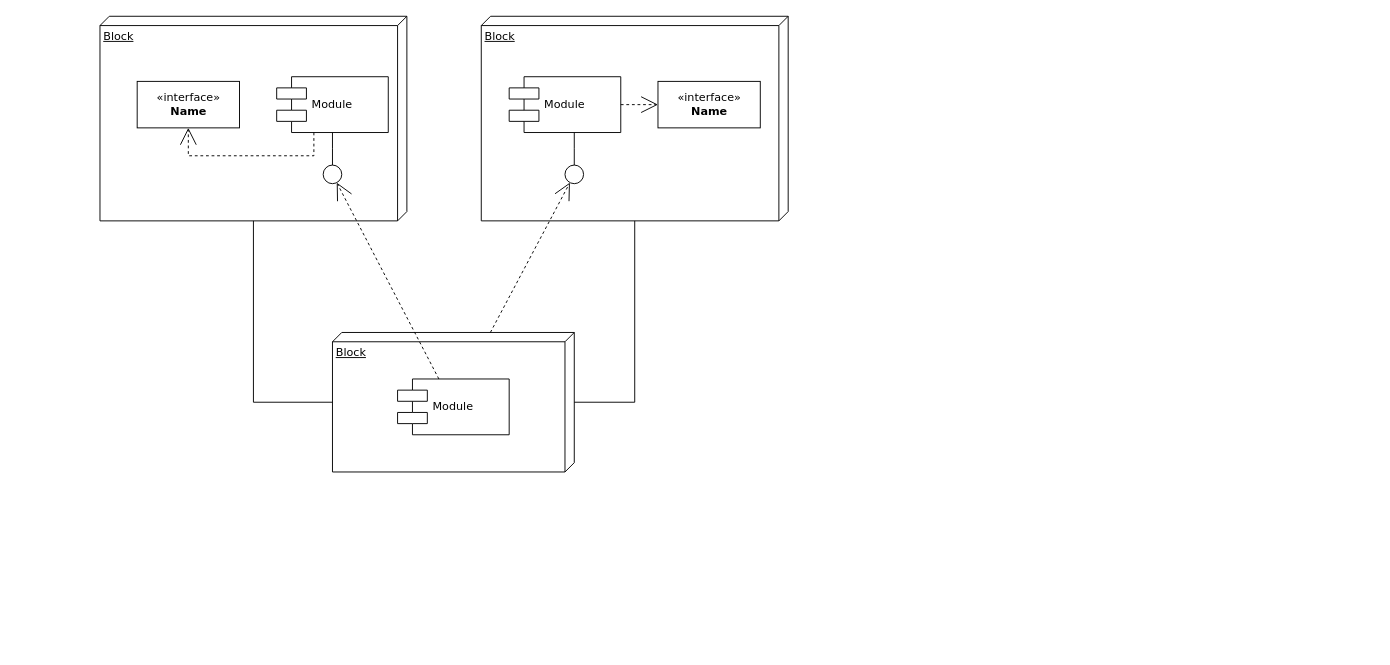
Earlier version of the draw.io diagram page "Page-1" (1 of 3) of Untitled Diagram.drawio (vanha777/polar). Source tidied: cells renumbered, new cells numbered last; positions are measured from the earlier drawing's top-left corner, leaving out a move shared by most shapes. Both pictures are drawn from the tidied source at 93%, with x=0, y=0 at pixel (100, 16).
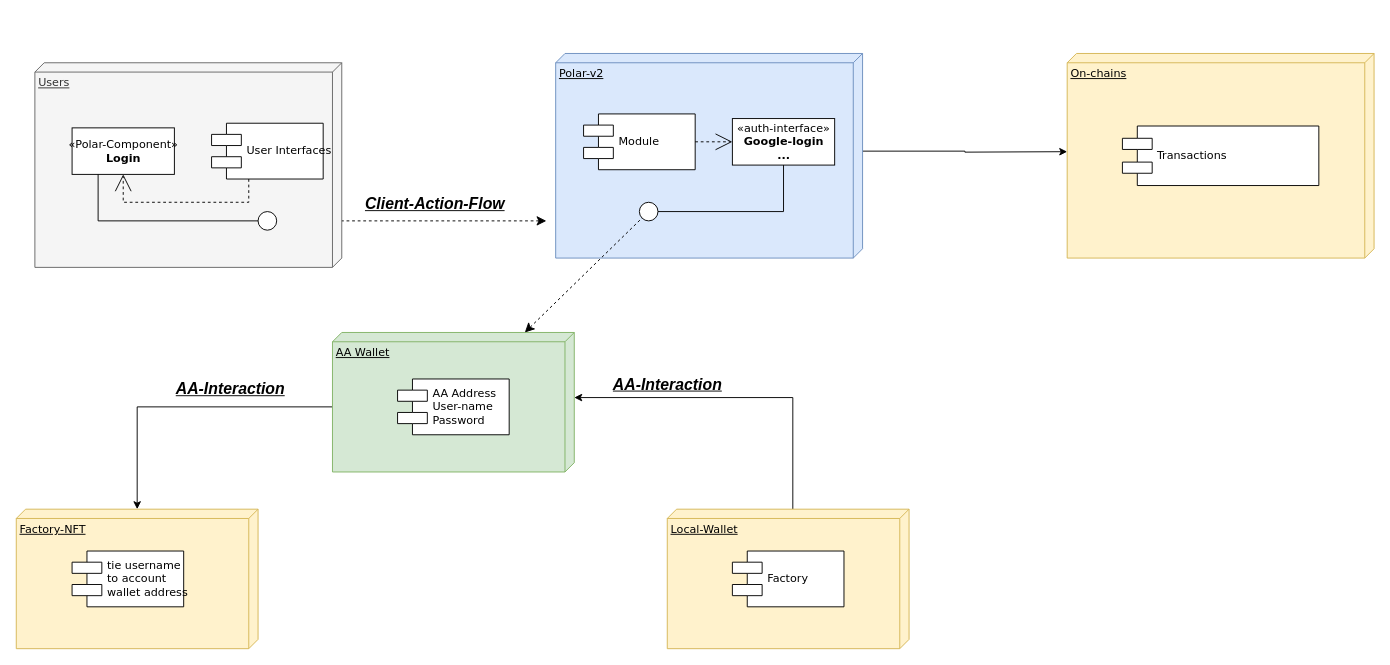
The same diagram, later.

What changed in the source:
```diff
@@
+    <mxCell id="20" style="edgeStyle=orthogonalEdgeStyle;rounded=0;jettySize=auto;html=1;exitX=0;exitY=0;exitDx=80;exitDy=260;exitPerimeter=0;" parent="1" edge="1" source="4" target="31">
+      <mxGeometry relative="1" as="geometry" />
+    </mxCell>
+    <mxCell id="4" value="AA Wallet" style="verticalAlign=top;align=left;spacingTop=8;spacingLeft=2;spacingRight=12;shape=cube;size=10;direction=south;fontStyle=4;html=1;rounded=0;shadow=0;comic=0;labelBackgroundColor=none;strokeWidth=1;fontFamily=Verdana;fontSize=12;fillColor=#d5e8d4;strokeColor=#82b366;" parent="1" vertex="1">
+      <mxGeometry x="250" y="340" width="260" height="150" as="geometry" />
+    </mxCell>
+    <mxCell id="11" value="&lt;div&gt;AA Address&lt;/div&gt;&lt;div&gt;User-name&lt;br&gt;&lt;/div&gt;&lt;div&gt;Password&lt;/div&gt;" style="shape=component;align=left;spacingLeft=36;rounded=0;shadow=0;comic=0;labelBackgroundColor=none;strokeWidth=1;fontFamily=Verdana;fontSize=12;html=1;" parent="1" vertex="1">
+      <mxGeometry x="320" y="390" width="120" height="60" as="geometry" />
+    </mxCell>
+    <mxCell id="21" style="edgeStyle=orthogonalEdgeStyle;rounded=0;jettySize=auto;html=1;exitX=0;exitY=0;exitDx=0;exitDy=125;exitPerimeter=0;entryX=0;entryY=0;entryDx=70;entryDy=0;entryPerimeter=0;" parent="1" edge="1" source="34" target="4">
+      <mxGeometry relative="1" as="geometry" />
+    </mxCell>
+    <mxCell id="22" style="group;" parent="1" vertex="1">
+      <mxGeometry x="-70" y="50" width="515" height="220" as="geometry" />
+    </mxCell>
+    <mxCell id="12" style="edgeStyle=none;rounded=0;html=1;dashed=1;labelBackgroundColor=none;startArrow=classic;startFill=1;startSize=8;endArrow=none;endFill=0;endSize=16;fontFamily=Verdana;fontSize=12;" parent="22" edge="1" target="7">
+      <mxGeometry relative="1" as="geometry">
+        <mxPoint x="550" y="170" as="sourcePoint" />
+      </mxGeometry>
+    </mxCell>
+    <mxCell id="23" style="group;" parent="22" vertex="1">
+      <mxGeometry width="515" height="220" as="geometry" />
+    </mxCell>
+    <mxCell id="24" style="group;" parent="23" vertex="1">
+      <mxGeometry width="330" height="220" as="geometry" />
+    </mxCell>
-    <mxCell id="2" value="Block" style="verticalAlign=top;align=left;spacingTop=8;spacingLeft=2;spacingRight=12;shape=cube;size=10;direction=south;fontStyle=4;html=1;rounded=0;shadow=0;comic=0;labelBackgroundColor=none;strokeWidth=1;fontFamily=Verdana;fontSize=12;" parent="1" vertex="1">
+    <mxCell id="2" value="Users" style="verticalAlign=top;align=left;spacingTop=8;spacingLeft=2;spacingRight=12;shape=cube;size=10;direction=south;fontStyle=4;html=1;rounded=0;shadow=0;comic=0;labelBackgroundColor=none;strokeWidth=1;fontFamily=Verdana;fontSize=12;fillColor=#f5f5f5;strokeColor=#666666;fontColor=#333333;" parent="24" vertex="1">
       <mxGeometry width="330" height="220" as="geometry" />
     </mxCell>
-    <mxCell id="3" value="Block" style="verticalAlign=top;align=left;spacingTop=8;spacingLeft=2;spacingRight=12;shape=cube;size=10;direction=south;fontStyle=4;html=1;rounded=0;shadow=0;comic=0;labelBackgroundColor=none;strokeWidth=1;fontFamily=Verdana;fontSize=12;" parent="1" vertex="1">
-      <mxGeometry x="410" width="330" height="220" as="geometry" />
-    </mxCell>
-    <mxCell id="4" value="Block" style="verticalAlign=top;align=left;spacingTop=8;spacingLeft=2;spacingRight=12;shape=cube;size=10;direction=south;fontStyle=4;html=1;rounded=0;shadow=0;comic=0;labelBackgroundColor=none;strokeWidth=1;fontFamily=Verdana;fontSize=12;" parent="1" vertex="1">
-      <mxGeometry x="250" y="340" width="260" height="150" as="geometry" />
-    </mxCell>
-    <mxCell id="5" value="&amp;laquo;interface&amp;raquo;&lt;br&gt;&lt;b&gt;Name&lt;/b&gt;" style="html=1;rounded=0;shadow=0;comic=0;labelBackgroundColor=none;strokeWidth=1;fontFamily=Verdana;fontSize=12;align=center;" parent="1" vertex="1">
+    <mxCell id="5" value="«Polar-Component»&lt;br&gt;&lt;b&gt;Login&lt;/b&gt;" style="html=1;rounded=0;shadow=0;comic=0;labelBackgroundColor=none;strokeWidth=1;fontFamily=Verdana;fontSize=12;align=center;" parent="24" vertex="1">
       <mxGeometry x="40" y="70" width="110" height="50" as="geometry" />
     </mxCell>
-    <mxCell id="6" value="Module" style="shape=component;align=left;spacingLeft=36;rounded=0;shadow=0;comic=0;labelBackgroundColor=none;strokeWidth=1;fontFamily=Verdana;fontSize=12;html=1;" parent="1" vertex="1">
+    <mxCell id="6" value="User Interfaces" style="shape=component;align=left;spacingLeft=36;rounded=0;shadow=0;comic=0;labelBackgroundColor=none;strokeWidth=1;fontFamily=Verdana;fontSize=12;html=1;" parent="24" vertex="1">
       <mxGeometry x="190" y="65" width="120" height="60" as="geometry" />
     </mxCell>
-    <mxCell id="7" style="ellipse;whiteSpace=wrap;html=1;rounded=0;shadow=0;comic=0;labelBackgroundColor=none;strokeWidth=1;fontFamily=Verdana;fontSize=12;align=center;" parent="1" vertex="1">
+    <mxCell id="7" style="ellipse;whiteSpace=wrap;html=1;rounded=0;shadow=0;comic=0;labelBackgroundColor=none;strokeWidth=1;fontFamily=Verdana;fontSize=12;align=center;" parent="24" vertex="1">
       <mxGeometry x="240" y="160" width="20" height="20" as="geometry" />
     </mxCell>
+    <mxCell id="15" style="edgeStyle=elbowEdgeStyle;rounded=0;html=1;labelBackgroundColor=none;startArrow=none;startFill=0;startSize=8;endArrow=none;endFill=0;endSize=16;fontFamily=Verdana;fontSize=12;entryX=0.25;entryY=1;entryDx=0;entryDy=0;" parent="24" edge="1" source="7" target="5">
+      <mxGeometry relative="1" as="geometry">
+        <Array as="points">
+          <mxPoint x="68" y="150" />
+        </Array>
+      </mxGeometry>
+    </mxCell>
+    <mxCell id="16" style="edgeStyle=orthogonalEdgeStyle;rounded=0;html=1;labelBackgroundColor=none;startArrow=none;startFill=0;startSize=8;endArrow=open;endFill=0;endSize=16;fontFamily=Verdana;fontSize=12;dashed=1;" parent="24" edge="1" source="6" target="5">
+      <mxGeometry relative="1" as="geometry">
+        <Array as="points">
+          <mxPoint x="230" y="150" />
+          <mxPoint x="95" y="150" />
+        </Array>
+      </mxGeometry>
+    </mxCell>
+    <mxCell id="25" value="&lt;b&gt;&lt;u&gt;&lt;i&gt;&lt;font style=&quot;font-size: 17px;&quot;&gt;Client-Action-Flow&lt;/font&gt;&lt;/i&gt;&lt;/u&gt;&lt;/b&gt;" style="text;html=1;align=center;verticalAlign=middle;strokeColor=none;fillColor=none;" parent="23" vertex="1">
+      <mxGeometry x="345" y="138" width="170" height="30" as="geometry" />
+    </mxCell>
+    <mxCell id="26" style="group;" parent="1" vertex="1">
+      <mxGeometry x="490" y="40" width="330" height="220" as="geometry" />
+    </mxCell>
+    <mxCell id="27" style="group;" parent="26" vertex="1">
+      <mxGeometry width="330" height="220" as="geometry" />
+    </mxCell>
+    <mxCell id="28" style="edgeStyle=orthogonalEdgeStyle;rounded=0;jettySize=auto;html=1;exitX=0;exitY=0;exitDx=105;exitDy=0;exitPerimeter=0;" parent="27" edge="1" source="3">
+      <mxGeometry relative="1" as="geometry">
+        <mxPoint x="550" y="105.6" as="targetPoint" />
+      </mxGeometry>
+    </mxCell>
+    <mxCell id="3" value="Polar-v2" style="verticalAlign=top;align=left;spacingTop=8;spacingLeft=2;spacingRight=12;shape=cube;size=10;direction=south;fontStyle=4;html=1;rounded=0;shadow=0;comic=0;labelBackgroundColor=none;strokeWidth=1;fontFamily=Verdana;fontSize=12;fillColor=#dae8fc;strokeColor=#6c8ebf;" parent="27" vertex="1">
+      <mxGeometry width="330" height="220" as="geometry" />
+    </mxCell>
-    <mxCell id="8" value="Module" style="shape=component;align=left;spacingLeft=36;rounded=0;shadow=0;comic=0;labelBackgroundColor=none;strokeWidth=1;fontFamily=Verdana;fontSize=12;html=1;" parent="1" vertex="1">
-      <mxGeometry x="440" y="65" width="120" height="60" as="geometry" />
+    <mxCell id="8" value="Module" style="shape=component;align=left;spacingLeft=36;rounded=0;shadow=0;comic=0;labelBackgroundColor=none;strokeWidth=1;fontFamily=Verdana;fontSize=12;html=1;" parent="27" vertex="1">
+      <mxGeometry x="30" y="65" width="120" height="60" as="geometry" />
     </mxCell>
-    <mxCell id="9" value="&amp;laquo;interface&amp;raquo;&lt;br&gt;&lt;b&gt;Name&lt;/b&gt;" style="html=1;rounded=0;shadow=0;comic=0;labelBackgroundColor=none;strokeWidth=1;fontFamily=Verdana;fontSize=12;align=center;" parent="1" vertex="1">
-      <mxGeometry x="600" y="70" width="110" height="50" as="geometry" />
+    <mxCell id="9" value="«auth-interface»&lt;br&gt;&lt;b&gt;Google-login&lt;/b&gt;&lt;div&gt;&lt;b&gt;...&lt;/b&gt;&lt;/div&gt;" style="html=1;rounded=0;shadow=0;comic=0;labelBackgroundColor=none;strokeWidth=1;fontFamily=Verdana;fontSize=12;align=center;" parent="27" vertex="1">
+      <mxGeometry x="190" y="70" width="110" height="50" as="geometry" />
     </mxCell>
-    <mxCell id="10" style="ellipse;whiteSpace=wrap;html=1;rounded=0;shadow=0;comic=0;labelBackgroundColor=none;strokeWidth=1;fontFamily=Verdana;fontSize=12;align=center;" parent="1" vertex="1">
-      <mxGeometry x="500" y="160" width="20" height="20" as="geometry" />
+    <mxCell id="10" style="ellipse;whiteSpace=wrap;html=1;rounded=0;shadow=0;comic=0;labelBackgroundColor=none;strokeWidth=1;fontFamily=Verdana;fontSize=12;align=center;" parent="27" vertex="1">
+      <mxGeometry x="90" y="160" width="20" height="20" as="geometry" />
     </mxCell>
-    <mxCell id="11" value="Module" style="shape=component;align=left;spacingLeft=36;rounded=0;shadow=0;comic=0;labelBackgroundColor=none;strokeWidth=1;fontFamily=Verdana;fontSize=12;html=1;" parent="1" vertex="1">
-      <mxGeometry x="320" y="390" width="120" height="60" as="geometry" />
-    </mxCell>
-    <mxCell id="12" style="edgeStyle=none;rounded=0;html=1;dashed=1;labelBackgroundColor=none;startArrow=none;startFill=0;startSize=8;endArrow=open;endFill=0;endSize=16;fontFamily=Verdana;fontSize=12;" parent="1" edge="1" source="11" target="7">
-      <mxGeometry relative="1" as="geometry" />
-    </mxCell>
+    <mxCell id="14" style="edgeStyle=elbowEdgeStyle;rounded=0;html=1;labelBackgroundColor=none;startArrow=none;startFill=0;startSize=8;endArrow=none;endFill=0;endSize=16;fontFamily=Verdana;fontSize=12;entryX=0.5;entryY=1;entryDx=0;entryDy=0;" parent="27" edge="1" source="10" target="9">
+      <mxGeometry relative="1" as="geometry">
+        <Array as="points">
+          <mxPoint x="245" y="150" />
+        </Array>
+      </mxGeometry>
+    </mxCell>
+    <mxCell id="17" style="edgeStyle=orthogonalEdgeStyle;rounded=0;html=1;dashed=1;labelBackgroundColor=none;startArrow=none;startFill=0;startSize=8;endArrow=open;endFill=0;endSize=16;fontFamily=Verdana;fontSize=12;" parent="27" edge="1" source="8" target="9">
+      <mxGeometry relative="1" as="geometry" />
+    </mxCell>
-    <mxCell id="13" style="edgeStyle=none;rounded=0;html=1;dashed=1;labelBackgroundColor=none;startArrow=none;startFill=0;startSize=8;endArrow=open;endFill=0;endSize=16;fontFamily=Verdana;fontSize=12;" parent="1" edge="1" source="4" target="10">
+    <mxCell id="13" style="edgeStyle=none;rounded=0;html=1;dashed=1;labelBackgroundColor=none;startArrow=classic;startFill=1;startSize=8;endArrow=none;endFill=0;endSize=16;fontFamily=Verdana;fontSize=12;" parent="26" edge="1" source="4" target="10">
       <mxGeometry relative="1" as="geometry" />
     </mxCell>
-    <mxCell id="14" style="edgeStyle=elbowEdgeStyle;rounded=0;html=1;labelBackgroundColor=none;startArrow=none;startFill=0;startSize=8;endArrow=none;endFill=0;endSize=16;fontFamily=Verdana;fontSize=12;" parent="1" edge="1" source="10" target="8">
-      <mxGeometry relative="1" as="geometry" />
-    </mxCell>
-    <mxCell id="15" style="edgeStyle=elbowEdgeStyle;rounded=0;html=1;labelBackgroundColor=none;startArrow=none;startFill=0;startSize=8;endArrow=none;endFill=0;endSize=16;fontFamily=Verdana;fontSize=12;" parent="1" edge="1" source="7" target="6">
-      <mxGeometry relative="1" as="geometry" />
-    </mxCell>
-    <mxCell id="16" style="edgeStyle=orthogonalEdgeStyle;rounded=0;html=1;labelBackgroundColor=none;startArrow=none;startFill=0;startSize=8;endArrow=open;endFill=0;endSize=16;fontFamily=Verdana;fontSize=12;dashed=1;" parent="1" edge="1" source="6" target="5">
-      <mxGeometry relative="1" as="geometry">
-        <Array as="points">
-          <mxPoint x="230" y="150" />
-          <mxPoint x="95" y="150" />
-        </Array>
-      </mxGeometry>
-    </mxCell>
-    <mxCell id="17" style="edgeStyle=orthogonalEdgeStyle;rounded=0;html=1;dashed=1;labelBackgroundColor=none;startArrow=none;startFill=0;startSize=8;endArrow=open;endFill=0;endSize=16;fontFamily=Verdana;fontSize=12;" parent="1" edge="1" source="8" target="9">
-      <mxGeometry relative="1" as="geometry" />
-    </mxCell>
-    <mxCell id="18" style="edgeStyle=orthogonalEdgeStyle;rounded=0;html=1;labelBackgroundColor=none;startArrow=none;startFill=0;startSize=8;endArrow=none;endFill=0;endSize=16;fontFamily=Verdana;fontSize=12;" parent="1" edge="1" source="4" target="3">
-      <mxGeometry relative="1" as="geometry">
-        <Array as="points">
-          <mxPoint x="575" y="415" />
-        </Array>
-      </mxGeometry>
-    </mxCell>
-    <mxCell id="19" style="edgeStyle=orthogonalEdgeStyle;rounded=0;html=1;labelBackgroundColor=none;startArrow=none;startFill=0;startSize=8;endArrow=none;endFill=0;endSize=16;fontFamily=Verdana;fontSize=12;" parent="1" edge="1" source="4" target="2">
-      <mxGeometry relative="1" as="geometry">
-        <Array as="points">
-          <mxPoint x="165" y="415" />
-        </Array>
-      </mxGeometry>
-    </mxCell>
+    <mxCell id="29" value="&lt;b style=&quot;caret-color: rgb(0, 0, 0); color: rgb(0, 0, 0); font-family: Helvetica; font-size: 12px; font-style: normal; font-variant-caps: normal; letter-spacing: normal; orphans: auto; text-align: center; text-indent: 0px; text-transform: none; white-space: nowrap; widows: auto; word-spacing: 0px; -webkit-text-stroke-width: 0px; text-decoration: none;&quot;&gt;&lt;u&gt;&lt;i&gt;&lt;font style=&quot;font-size: 17px;&quot;&gt;AA-Interaction&lt;/font&gt;&lt;/i&gt;&lt;/u&gt;&lt;/b&gt;" style="text;whiteSpace=wrap;html=1;" parent="1" vertex="1">
+      <mxGeometry x="80" y="385" width="180" height="40" as="geometry" />
+    </mxCell>
+    <mxCell id="30" style="group;" parent="1" vertex="1">
+      <mxGeometry x="-90" y="530" width="260" height="150" as="geometry" />
+    </mxCell>
+    <mxCell id="31" value="Factory-NFT" style="verticalAlign=top;align=left;spacingTop=8;spacingLeft=2;spacingRight=12;shape=cube;size=10;direction=south;fontStyle=4;html=1;rounded=0;shadow=0;comic=0;labelBackgroundColor=none;strokeWidth=1;fontFamily=Verdana;fontSize=12;fillColor=#fff2cc;strokeColor=#d6b656;" parent="30" vertex="1">
+      <mxGeometry width="260" height="150" as="geometry" />
+    </mxCell>
+    <mxCell id="32" value="tie username&lt;div&gt;to account&lt;/div&gt;&lt;div&gt;wallet address&lt;/div&gt;" style="shape=component;align=left;spacingLeft=36;rounded=0;shadow=0;comic=0;labelBackgroundColor=none;strokeWidth=1;fontFamily=Verdana;fontSize=12;html=1;" parent="30" vertex="1">
+      <mxGeometry x="60" y="45" width="120" height="60" as="geometry" />
+    </mxCell>
+    <mxCell id="33" style="group;" parent="1" vertex="1">
+      <mxGeometry x="610" y="530" width="260" height="150" as="geometry" />
+    </mxCell>
+    <mxCell id="34" value="Local-Wallet" style="verticalAlign=top;align=left;spacingTop=8;spacingLeft=2;spacingRight=12;shape=cube;size=10;direction=south;fontStyle=4;html=1;rounded=0;shadow=0;comic=0;labelBackgroundColor=none;strokeWidth=1;fontFamily=Verdana;fontSize=12;fillColor=#fff2cc;strokeColor=#d6b656;" parent="33" vertex="1">
+      <mxGeometry width="260" height="150" as="geometry" />
+    </mxCell>
+    <mxCell id="35" value="&lt;div&gt;Factory&lt;/div&gt;" style="shape=component;align=left;spacingLeft=36;rounded=0;shadow=0;comic=0;labelBackgroundColor=none;strokeWidth=1;fontFamily=Verdana;fontSize=12;html=1;" parent="33" vertex="1">
+      <mxGeometry x="70" y="45" width="120" height="60" as="geometry" />
+    </mxCell>
+    <mxCell id="36" value="&lt;div style=&quot;text-align: center;&quot;&gt;&lt;b style=&quot;white-space: nowrap;&quot;&gt;&lt;u&gt;&lt;i&gt;&lt;font style=&quot;font-size: 17px;&quot;&gt;AA-Interaction&lt;/font&gt;&lt;/i&gt;&lt;/u&gt;&lt;/b&gt;&lt;br&gt;&lt;/div&gt;" style="text;whiteSpace=wrap;html=1;" parent="1" vertex="1">
+      <mxGeometry x="550" y="380" width="180" height="40" as="geometry" />
+    </mxCell>
+    <mxCell id="37" style="group;" parent="1" vertex="1">
+      <mxGeometry x="1040" y="40" width="330" height="220" as="geometry" />
+    </mxCell>
+    <mxCell id="38" value="On-chains" style="verticalAlign=top;align=left;spacingTop=8;spacingLeft=2;spacingRight=12;shape=cube;size=10;direction=south;fontStyle=4;html=1;rounded=0;shadow=0;comic=0;labelBackgroundColor=none;strokeWidth=1;fontFamily=Verdana;fontSize=12;fillColor=#fff2cc;strokeColor=#d6b656;" parent="37" vertex="1">
+      <mxGeometry width="330" height="220" as="geometry" />
+    </mxCell>
+    <mxCell id="39" value="Transactions" style="shape=component;align=left;spacingLeft=36;rounded=0;shadow=0;comic=0;labelBackgroundColor=none;strokeWidth=1;fontFamily=Verdana;fontSize=12;html=1;" parent="37" vertex="1">
+      <mxGeometry x="59.4" y="78" width="211.2" height="64" as="geometry" />
+    </mxCell>
```
